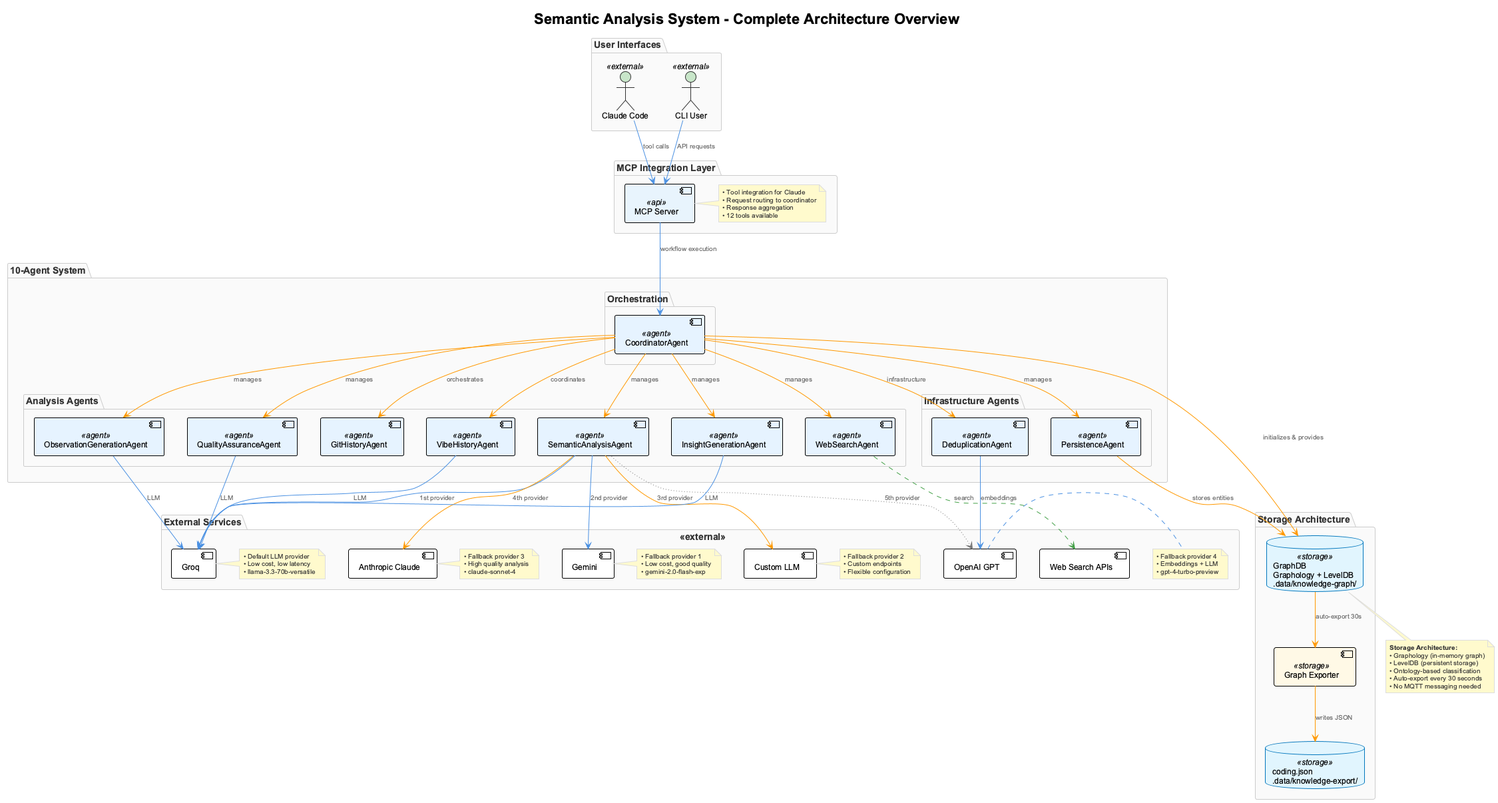
Above: docs/images/semantic-analysis-system-overview.png in fwornle/coding (PlantUML), before the change.
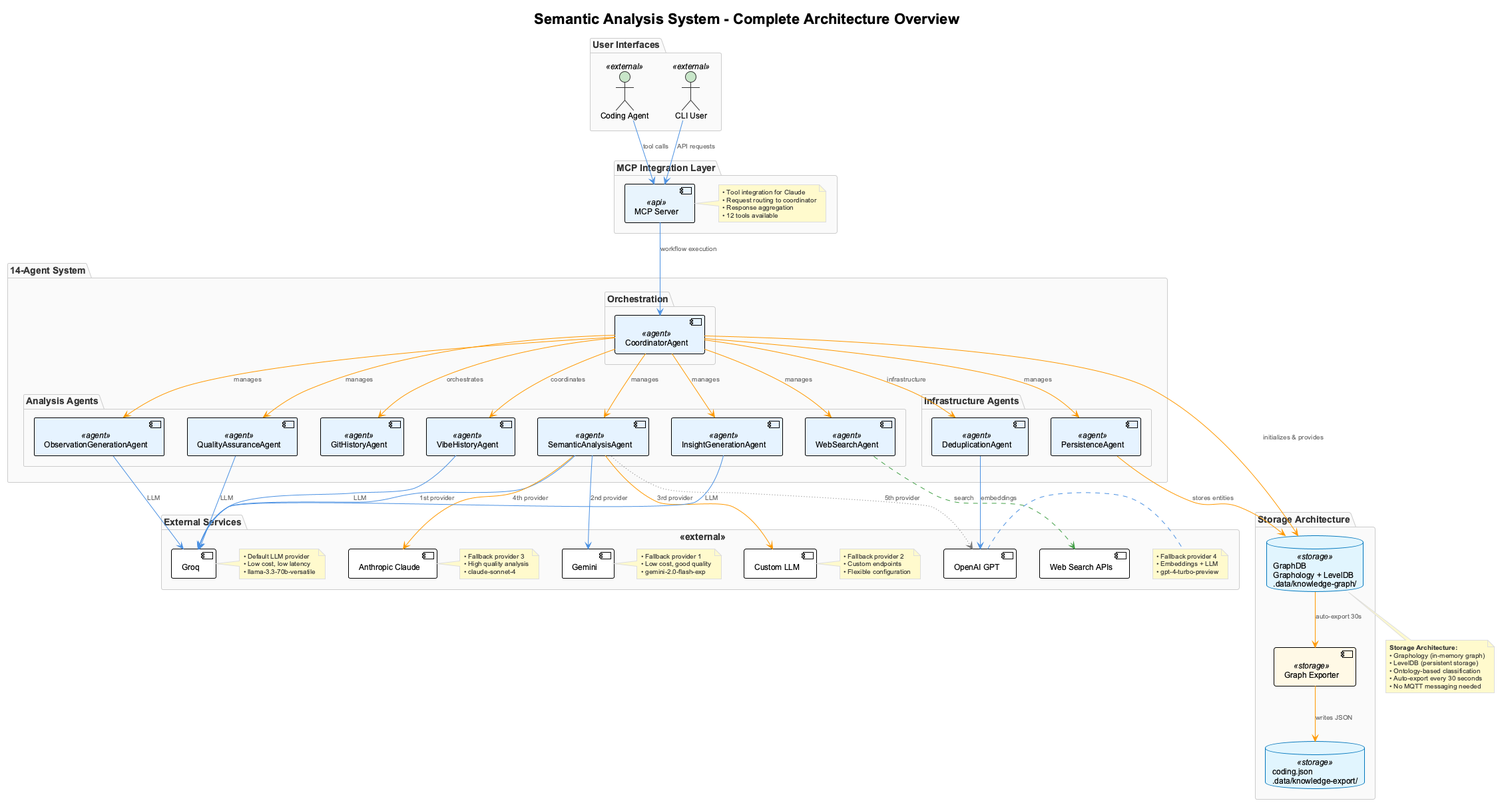
After the change.

Change to the diagram source:
```diff
@@ -6,7 +6,7 @@
 top to bottom direction
 
 package "User Interfaces" {
-  actor "Claude Code" as Claude <<external>>
+  actor "Coding Agent" as Claude <<external>>
   actor "CLI User" as CLIUser <<external>>
 }
 
@@ -60,7 +60,7 @@
   end note
 }
 
-package "10-Agent System" {
+package "14-Agent System" {
   package "Orchestration" {
     component [CoordinatorAgent] as CoordinatorAgent <<agent>>
   }
```
